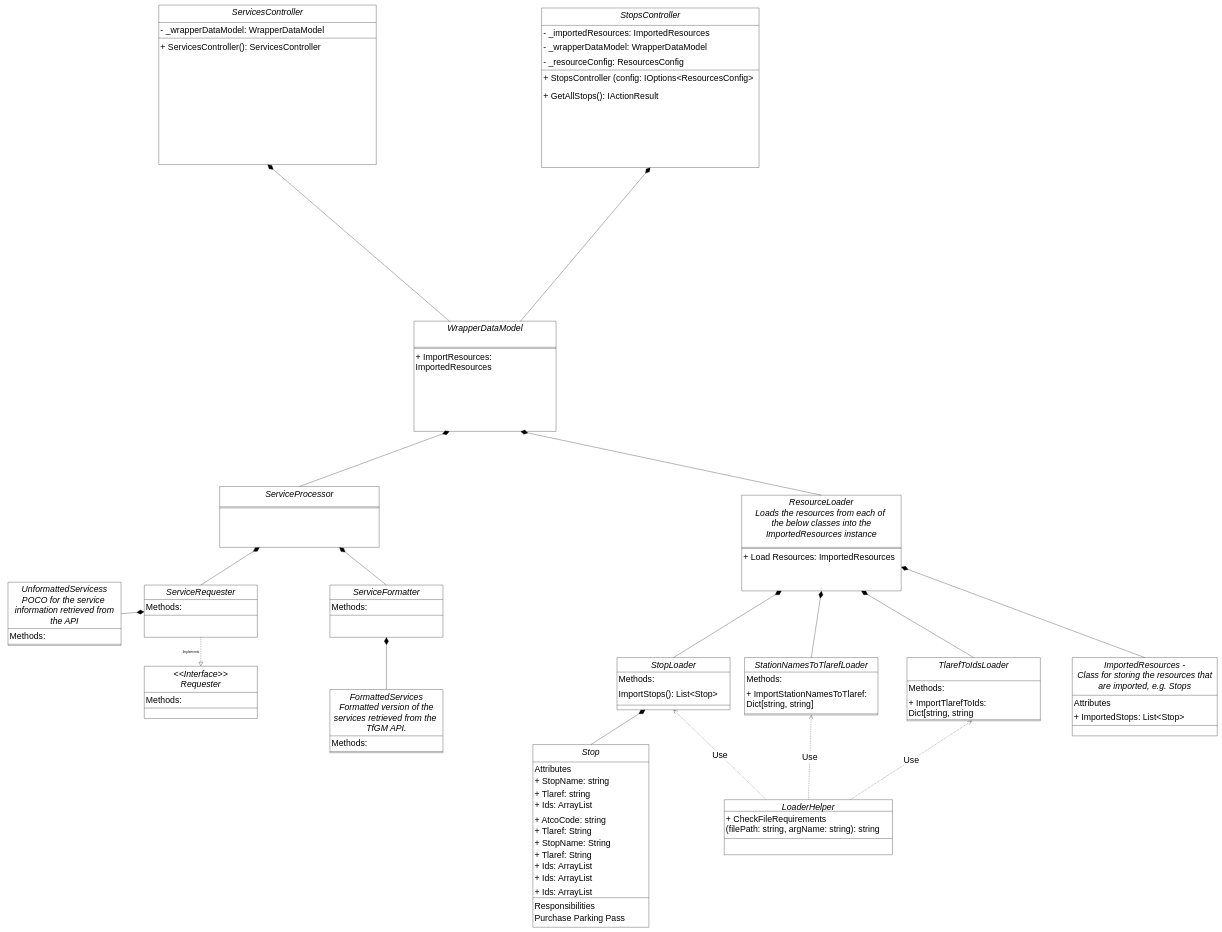
Earlier version of the draw.io diagram Documentation/TfGM-API-Wrapper.drawio (dave-t-c/TfGM-API-Wrapper). Source tidied: cells renumbered, new cells numbered last; positions are measured from the earlier drawing's top-left corner, leaving out a move shared by most shapes. Both pictures are drawn from the tidied source at 29%, with x=0, y=0 at pixel (8, 5).
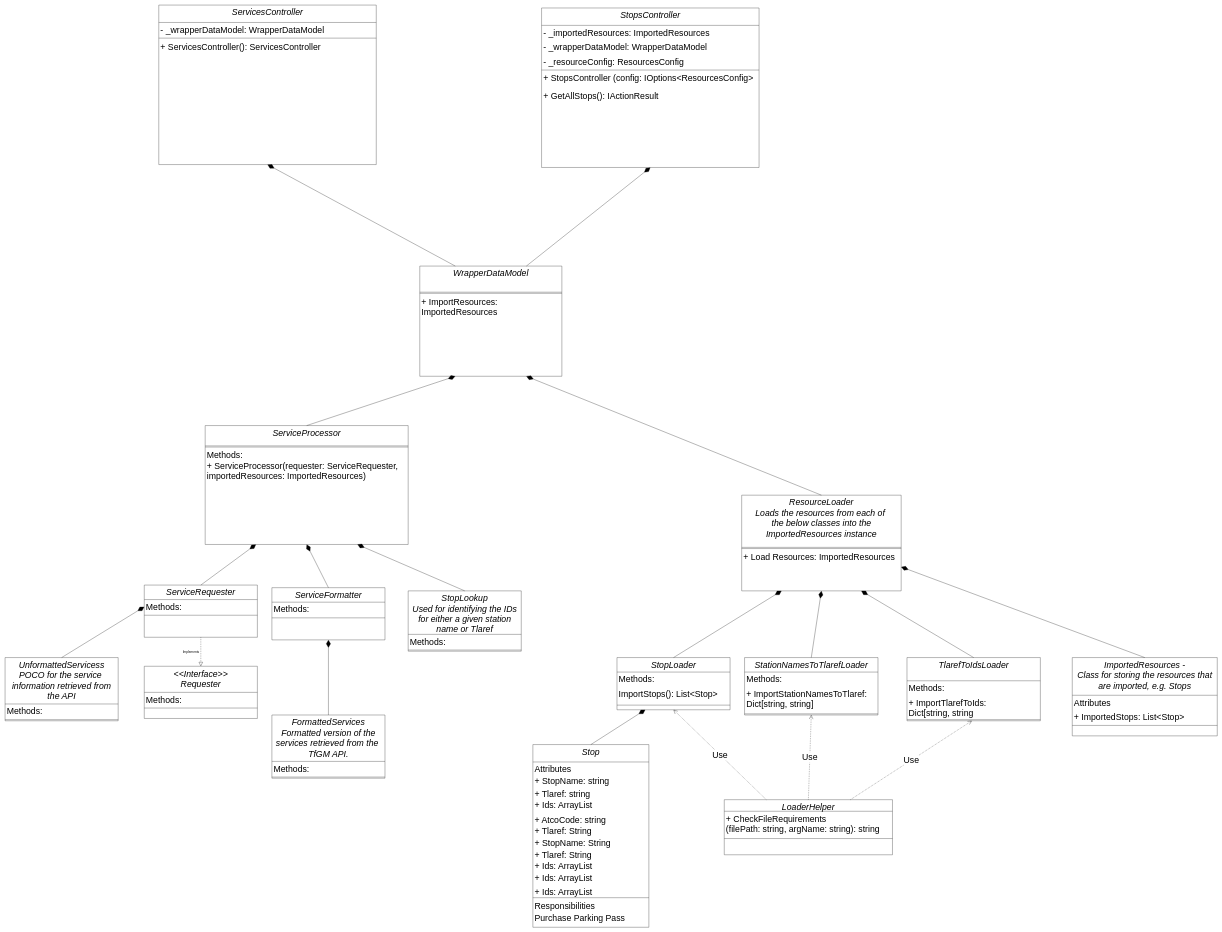
The same page after the edit.

Commit message:
Add ServiceProcessor Constructor to doucmentation

This will currently require a requester, and the imported resources to determine the stop IDs.

The change refers to these unchanged cells:
```xml
<mxCell id="65" value="Methods:" style="text;align=left;verticalAlign=top;spacingLeft=4;spacingRight=4;overflow=hidden;points=[[0,0.5],[1,0.5]];portConstraint=eastwest;fontSize=30;" parent="64" vertex="1">
  <mxGeometry y="50" width="390" height="50" as="geometry" />
</mxCell>
```

What changed in the source:
```diff
@@
     <mxCell id="35" value="WrapperDataModel" style="swimlane;fontStyle=2;align=center;verticalAlign=top;horizontal=1;startSize=90;rounded=0;shadow=0;strokeWidth=1;fontSize=30;" parent="1" vertex="1">
-      <mxGeometry x="1400" y="1090" width="490" height="380" as="geometry" />
+      <mxGeometry x="1420" y="900" width="490" height="380" as="geometry" />
     </mxCell>
@@
     <mxCell id="62" value="ServiceProcessor" style="swimlane;fontStyle=2;align=center;verticalAlign=top;horizontal=1;startSize=70;rounded=0;shadow=0;strokeWidth=1;fontSize=30;" parent="1" vertex="1">
-      <mxGeometry x="730" y="1660" width="550" height="210" as="geometry" />
+      <mxGeometry x="680" y="1450" width="700" height="410" as="geometry" />
     </mxCell>
     <mxCell id="63" style="line;html=1;strokeWidth=1;align=left;verticalAlign=middle;spacingTop=-1;spacingLeft=3;spacingRight=3;labelPosition=right;fontSize=30;" parent="62" vertex="1">
-      <mxGeometry y="70" width="550" height="8" as="geometry" />
+      <mxGeometry y="70" width="700" height="8" as="geometry" />
     </mxCell>
+    <mxCell id="88" value="Methods:&#10;+ ServiceProcessor(requester: ServiceRequester, &#10;importedResources: ImportedResources)" style="text;align=left;verticalAlign=top;spacingLeft=4;spacingRight=4;overflow=hidden;fontSize=30;" parent="62" vertex="1">
+      <mxGeometry y="78" width="700" height="242" as="geometry" />
+    </mxCell>
@@
     <mxCell id="67" value="UnformattedServicess&#10;POCO for the service &#10;information retrieved from&#10;the API" style="swimlane;fontStyle=2;align=center;verticalAlign=top;horizontal=1;startSize=160;rounded=0;shadow=0;strokeWidth=1;fontSize=30;" parent="1" vertex="1">
-      <mxGeometry y="1990" width="390" height="218" as="geometry" />
+      <mxGeometry x="-10" y="2250" width="390" height="218" as="geometry" />
     </mxCell>
@@
     <mxCell id="70" value="ServiceFormatter" style="swimlane;fontStyle=2;align=center;verticalAlign=top;horizontal=1;startSize=50;rounded=0;shadow=0;strokeWidth=1;fontSize=30;" parent="1" vertex="1">
-      <mxGeometry x="1110" y="2000" width="390" height="180" as="geometry" />
+      <mxGeometry x="910" y="2009" width="390" height="180" as="geometry" />
     </mxCell>
@@
     <mxCell id="73" value="FormattedServices&#10;Formatted version of the&#10;services retrieved from the &#10;TfGM API." style="swimlane;fontStyle=2;align=center;verticalAlign=top;horizontal=1;startSize=160;rounded=0;shadow=0;strokeWidth=1;fontSize=30;" parent="1" vertex="1">
-      <mxGeometry x="1110" y="2360" width="390" height="218" as="geometry" />
+      <mxGeometry x="910" y="2448" width="390" height="218" as="geometry" />
     </mxCell>
@@
-    <mxCell id="77" style="endArrow=diamondThin;endFill=1;endSize=24;html=1;rounded=0;fontSize=30;exitX=1;exitY=0.5;exitDx=0;exitDy=0;" parent="1" edge="1" source="67" target="65">
+    <mxCell id="77" style="endArrow=diamondThin;endFill=1;endSize=24;html=1;rounded=0;fontSize=30;exitX=0.5;exitY=0;exitDx=0;exitDy=0;entryX=0;entryY=0.5;entryDx=0;entryDy=0;" parent="1" edge="1" source="67" target="65">
       <mxGeometry relative="1" as="geometry" />
     </mxCell>
-    <mxCell id="78" style="endArrow=diamondThin;endFill=1;endSize=24;html=1;rounded=0;fontSize=30;entryX=0.75;entryY=1;entryDx=0;entryDy=0;exitX=0.5;exitY=0;exitDx=0;exitDy=0;" parent="1" edge="1" source="70" target="62">
+    <mxCell id="78" style="endArrow=diamondThin;endFill=1;endSize=24;html=1;rounded=0;fontSize=30;entryX=0.5;entryY=1;entryDx=0;entryDy=0;exitX=0.5;exitY=0;exitDx=0;exitDy=0;" parent="1" edge="1" source="70" target="62">
       <mxGeometry relative="1" as="geometry" />
     </mxCell>
@@
+    <mxCell id="89" value="StopLookup&#10;Used for identifying the IDs&#10;for either a given station &#10;name or Tlaref" style="swimlane;fontStyle=2;align=center;verticalAlign=top;horizontal=1;startSize=150;rounded=0;shadow=0;strokeWidth=1;fontSize=30;" parent="1" vertex="1">
+      <mxGeometry x="1380" y="2020" width="390" height="208" as="geometry" />
+    </mxCell>
+    <mxCell id="90" value="Methods:" style="text;align=left;verticalAlign=top;spacingLeft=4;spacingRight=4;overflow=hidden;fontSize=30;" parent="89" vertex="1">
+      <mxGeometry y="150" width="390" height="50" as="geometry" />
+    </mxCell>
+    <mxCell id="91" style="line;html=1;strokeWidth=1;align=left;verticalAlign=middle;spacingTop=-1;spacingLeft=3;spacingRight=3;labelPosition=right;fontSize=30;" parent="89" vertex="1">
+      <mxGeometry y="200" width="390" height="8" as="geometry" />
+    </mxCell>
+    <mxCell id="92" style="endArrow=diamondThin;endFill=1;endSize=24;html=1;rounded=0;fontSize=30;entryX=0.75;entryY=1;entryDx=0;entryDy=0;exitX=0.5;exitY=0;exitDx=0;exitDy=0;" parent="1" edge="1" source="89" target="62">
+      <mxGeometry relative="1" as="geometry" />
+    </mxCell>
```
